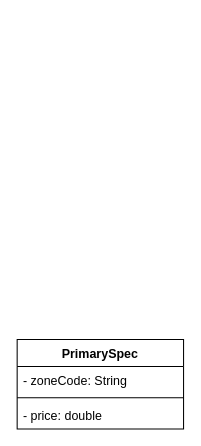
Before: OOP/RealtyDatabase/RealtyDatabase.drawio in wang-owen/ICS4U, a draw.io diagram. Source tidied: cells renumbered, new cells numbered last; positions are measured from the earlier drawing's top-left corner, leaving out a move shared by most shapes. Both pictures are drawn from the tidied source at 104%, with x=0, y=0 at pixel (17, 339).
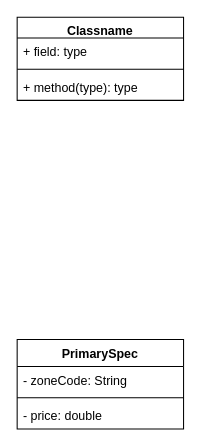
After the change.

Change to the diagram source:
```diff
@@
 <mxGraphModel>
   <root>
     <mxCell id="0" />
     <mxCell id="1" parent="0" />
     <mxCell id="2" value="PrimarySpec" style="swimlane;fontStyle=1;align=center;verticalAlign=top;horizontal=1;startSize=26;" parent="1" vertex="1">
       <mxGeometry width="160" height="86" as="geometry" />
     </mxCell>
     <mxCell id="3" value="- zoneCode: String" style="text;strokeColor=none;fillColor=none;align=left;verticalAlign=top;spacingLeft=4;spacingRight=4;overflow=hidden;" parent="2" vertex="1">
       <mxGeometry y="26" width="160" height="26" as="geometry" />
     </mxCell>
     <mxCell id="4" style="line;strokeWidth=1;fillColor=none;align=left;verticalAlign=middle;spacingTop=-1;spacingLeft=3;spacingRight=3;labelPosition=right;strokeColor=inherit;" parent="2" vertex="1">
       <mxGeometry y="52" width="160" height="8" as="geometry" />
     </mxCell>
     <mxCell id="5" value="- price: double" style="text;strokeColor=none;fillColor=none;align=left;verticalAlign=top;spacingLeft=4;spacingRight=4;overflow=hidden;" parent="2" vertex="1">
       <mxGeometry y="60" width="160" height="26" as="geometry" />
     </mxCell>
+    <mxCell id="6" value="Classname" style="swimlane;fontStyle=1;align=center;verticalAlign=top;horizontal=1;startSize=20;" parent="1" vertex="1">
+      <mxGeometry y="-310" width="160" height="80" as="geometry" />
+    </mxCell>
+    <mxCell id="7" value="+ field: type" style="text;strokeColor=none;fillColor=none;align=left;verticalAlign=top;spacingLeft=4;spacingRight=4;overflow=hidden;" parent="6" vertex="1">
+      <mxGeometry y="20" width="160" height="26" as="geometry" />
+    </mxCell>
+    <mxCell id="8" style="line;strokeWidth=1;fillColor=none;align=left;verticalAlign=middle;spacingTop=-1;spacingLeft=3;spacingRight=3;labelPosition=right;strokeColor=inherit;" parent="6" vertex="1">
+      <mxGeometry y="46" width="160" height="8" as="geometry" />
+    </mxCell>
+    <mxCell id="9" value="+ method(type): type" style="text;strokeColor=none;fillColor=none;align=left;verticalAlign=top;spacingLeft=4;spacingRight=4;overflow=hidden;" parent="6" vertex="1">
+      <mxGeometry y="54" width="160" height="26" as="geometry" />
+    </mxCell>
   </root>
 </mxGraphModel>
```
